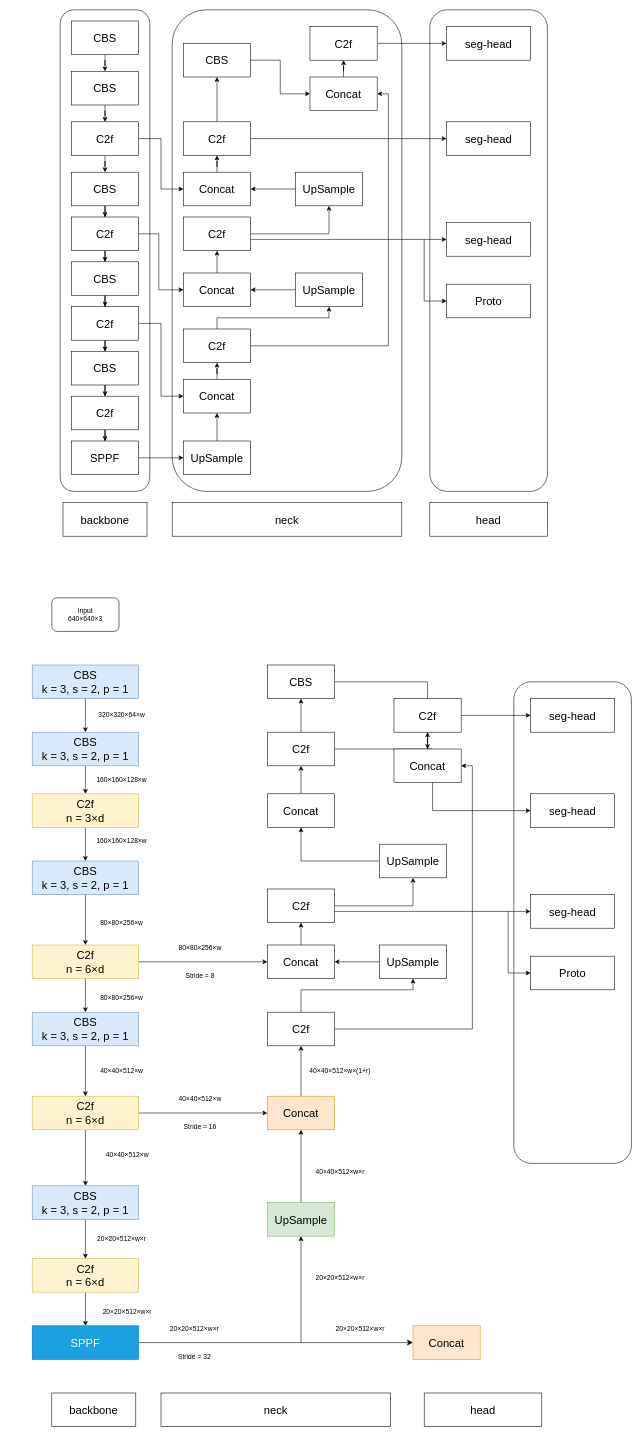
funkallll/deeplearning keeps this draw.io diagram as yolov8.drawio. Above is the earlier version. Source tidied: cells renumbered, new cells numbered last; positions are measured from the earlier drawing's top-left corner, leaving out a move shared by most shapes. Both pictures are drawn from the tidied source at 56%, with x=0, y=0 at pixel (32, 10).
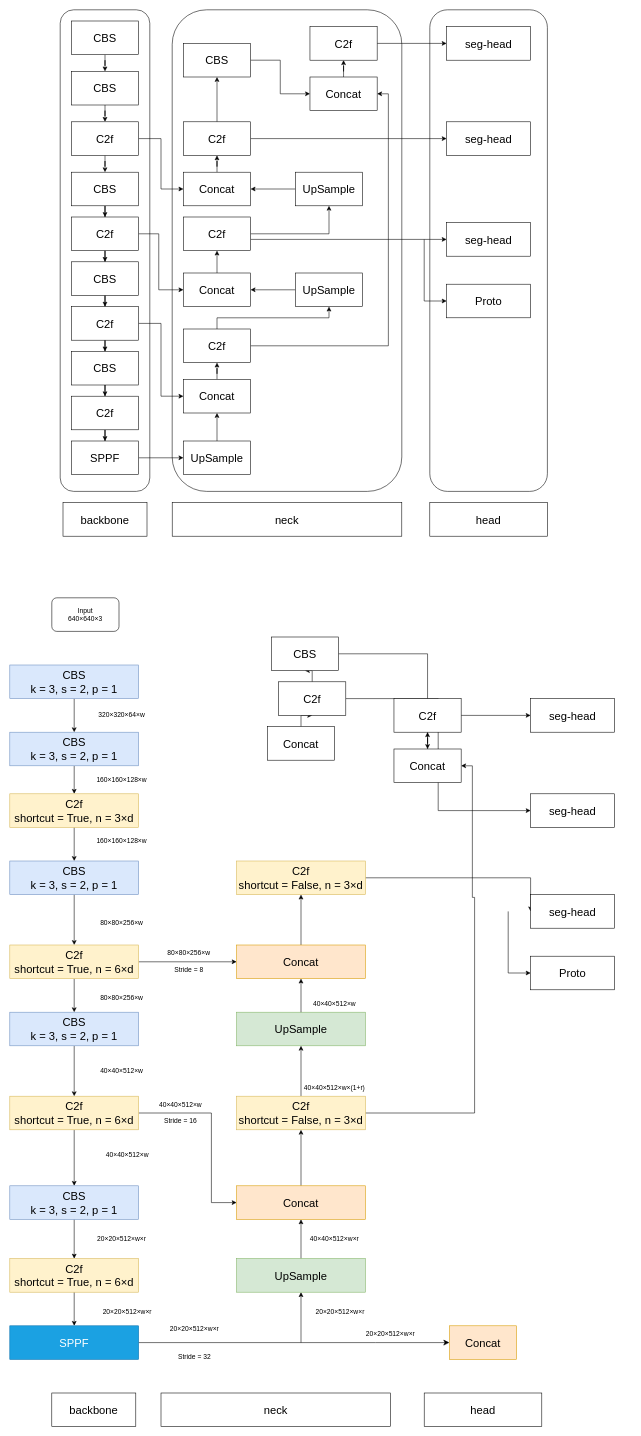
Above is the later version.

The change refers to these unchanged cells:
```xml
<mxCell id="110" value="Concat" style="rounded=0;whiteSpace=wrap;html=1;fontSize=20;fontStyle=0;" parent="1" vertex="1">
  <mxGeometry x="646" y="1320" width="120" height="60" as="geometry" />
</mxCell>
<mxCell id="119" value="seg-head" style="rounded=0;whiteSpace=wrap;html=1;fontSize=20;" parent="1" vertex="1">
  <mxGeometry x="890" y="1580" width="150" height="60" as="geometry" />
</mxCell>
```

What changed in the source:
```diff
@@
     <mxCell id="64" value="CBS&lt;div&gt;k = 3, s = 2, p = 1&lt;/div&gt;" style="rounded=0;whiteSpace=wrap;html=1;fontSize=20;fontStyle=0;fillColor=#dae8fc;strokeColor=#6c8ebf;" parent="1" vertex="1">
-      <mxGeometry y="1170" width="190" height="60" as="geometry" />
+      <mxGeometry x="-40" y="1170" width="230" height="60" as="geometry" />
     </mxCell>
@@
     <mxCell id="66" value="CBS&lt;div&gt;k = 3, s = 2, p = 1&lt;/div&gt;" style="rounded=0;whiteSpace=wrap;html=1;fontSize=20;fontStyle=0;fillColor=#dae8fc;strokeColor=#6c8ebf;" parent="1" vertex="1">
-      <mxGeometry y="1290" width="190" height="60" as="geometry" />
+      <mxGeometry x="-40" y="1290" width="230" height="60" as="geometry" />
     </mxCell>
@@
-    <mxCell id="68" value="C2f&lt;div&gt;n = 3×d&lt;/div&gt;" style="rounded=0;whiteSpace=wrap;html=1;fontSize=20;fontStyle=0;fillColor=#fff2cc;strokeColor=#d6b656;" parent="1" vertex="1">
-      <mxGeometry y="1400" width="190" height="60" as="geometry" />
+    <mxCell id="68" value="C2f&lt;div&gt;shortcut = True, n = 3×d&lt;/div&gt;" style="rounded=0;whiteSpace=wrap;html=1;fontSize=20;fontStyle=0;fillColor=#fff2cc;strokeColor=#d6b656;" parent="1" vertex="1">
+      <mxGeometry x="-40" y="1400" width="230" height="60" as="geometry" />
     </mxCell>
@@
     <mxCell id="70" value="CBS&lt;div&gt;k = 3, s = 2, p = 1&lt;/div&gt;" style="rounded=0;whiteSpace=wrap;html=1;fontSize=20;fontStyle=0;fillColor=#dae8fc;strokeColor=#6c8ebf;" parent="1" vertex="1">
-      <mxGeometry y="1520" width="190" height="60" as="geometry" />
+      <mxGeometry x="-40" y="1520" width="230" height="60" as="geometry" />
     </mxCell>
@@
-    <mxCell id="73" value="C2f&lt;div&gt;n = 6×d&lt;/div&gt;" style="rounded=0;whiteSpace=wrap;html=1;fontSize=20;fontStyle=0;fillColor=#fff2cc;strokeColor=#d6b656;" parent="1" vertex="1">
-      <mxGeometry y="1670" width="190" height="60" as="geometry" />
+    <mxCell id="73" value="C2f&lt;div&gt;shortcut = True, n = 6×d&lt;/div&gt;" style="rounded=0;whiteSpace=wrap;html=1;fontSize=20;fontStyle=0;fillColor=#fff2cc;strokeColor=#d6b656;" parent="1" vertex="1">
+      <mxGeometry x="-40" y="1670" width="230" height="60" as="geometry" />
     </mxCell>
@@
     <mxCell id="75" value="CBS&lt;div&gt;k = 3, s = 2, p = 1&lt;/div&gt;" style="rounded=0;whiteSpace=wrap;html=1;fontSize=20;fontStyle=0;fillColor=#dae8fc;strokeColor=#6c8ebf;" parent="1" vertex="1">
-      <mxGeometry y="1790" width="190" height="60" as="geometry" />
+      <mxGeometry x="-40" y="1790" width="230" height="60" as="geometry" />
     </mxCell>
@@
     <mxCell id="77" style="edgeStyle=orthogonalEdgeStyle;rounded=0;jettySize=auto;html=1;entryX=0;entryY=0.5;entryDx=0;entryDy=0;fontStyle=0;fontSize=20;" parent="1" edge="1" source="78" target="88">
-      <mxGeometry relative="1" as="geometry" />
+      <mxGeometry relative="1" as="geometry">
+        <Array as="points">
+          <mxPoint x="320" y="1970" />
+          <mxPoint x="320" y="2130" />
+        </Array>
+      </mxGeometry>
     </mxCell>
-    <mxCell id="78" value="C2f&lt;div&gt;n = 6×d&lt;/div&gt;" style="rounded=0;whiteSpace=wrap;html=1;fontSize=20;fontStyle=0;fillColor=#fff2cc;strokeColor=#d6b656;" parent="1" vertex="1">
-      <mxGeometry y="1940" width="190" height="60" as="geometry" />
+    <mxCell id="78" value="C2f&lt;br&gt;&lt;div&gt;&lt;span style=&quot;background-color: transparent; color: light-dark(rgb(0, 0, 0), rgb(255, 255, 255));&quot;&gt;shortcut = True,&lt;/span&gt;&lt;span style=&quot;background-color: transparent; color: light-dark(rgb(0, 0, 0), rgb(255, 255, 255));&quot;&gt;&amp;nbsp;&lt;/span&gt;n = 6×d&lt;/div&gt;" style="rounded=0;whiteSpace=wrap;html=1;fontSize=20;fontStyle=0;fillColor=#fff2cc;strokeColor=#d6b656;" parent="1" vertex="1">
+      <mxGeometry x="-40" y="1940" width="230" height="60" as="geometry" />
     </mxCell>
@@
     <mxCell id="80" value="CBS&lt;div&gt;k = 3, s = 2, p = 1&lt;/div&gt;" style="rounded=0;whiteSpace=wrap;html=1;fontSize=20;fontStyle=0;fillColor=#dae8fc;strokeColor=#6c8ebf;" parent="1" vertex="1">
-      <mxGeometry y="2100" width="190" height="60" as="geometry" />
+      <mxGeometry x="-40" y="2100" width="230" height="60" as="geometry" />
     </mxCell>
@@
-    <mxCell id="82" value="C2f&lt;div&gt;n = 6×d&lt;/div&gt;" style="rounded=0;whiteSpace=wrap;html=1;fontSize=20;fontStyle=0;fillColor=#fff2cc;strokeColor=#d6b656;" parent="1" vertex="1">
-      <mxGeometry y="2230" width="190" height="60" as="geometry" />
+    <mxCell id="82" value="C2f&lt;br&gt;&lt;div&gt;&lt;span style=&quot;background-color: transparent; color: light-dark(rgb(0, 0, 0), rgb(255, 255, 255));&quot;&gt;shortcut = True,&lt;/span&gt;&lt;span style=&quot;background-color: transparent; color: light-dark(rgb(0, 0, 0), rgb(255, 255, 255));&quot;&gt;&amp;nbsp;&lt;/span&gt;n = 6×d&lt;/div&gt;" style="rounded=0;whiteSpace=wrap;html=1;fontSize=20;fontStyle=0;fillColor=#fff2cc;strokeColor=#d6b656;" parent="1" vertex="1">
+      <mxGeometry x="-40" y="2230" width="230" height="60" as="geometry" />
     </mxCell>
@@
     <mxCell id="84" value="SPPF" style="rounded=0;whiteSpace=wrap;html=1;fontSize=20;fontStyle=0;fillColor=#1ba1e2;fontColor=#ffffff;strokeColor=#006EAF;" parent="1" vertex="1">
-      <mxGeometry y="2350" width="190" height="60" as="geometry" />
+      <mxGeometry x="-40" y="2350" width="230" height="60" as="geometry" />
     </mxCell>
@@
     <mxCell id="86" value="UpSample" style="whiteSpace=wrap;html=1;fontSize=20;rounded=0;fontStyle=0;fillColor=#d5e8d4;strokeColor=#82b366;" parent="1" vertex="1">
-      <mxGeometry x="420" y="2130" width="120" height="60" as="geometry" />
+      <mxGeometry x="365" y="2230" width="230" height="60" as="geometry" />
     </mxCell>
@@
     <mxCell id="88" value="Concat" style="whiteSpace=wrap;html=1;fontSize=20;rounded=0;fontStyle=0;fillColor=#ffe6cc;strokeColor=#d79b00;" parent="1" vertex="1">
-      <mxGeometry x="420" y="1940" width="120" height="60" as="geometry" />
+      <mxGeometry x="365" y="2100" width="230" height="60" as="geometry" />
     </mxCell>
-    <mxCell id="89" style="edgeStyle=orthogonalEdgeStyle;rounded=0;jettySize=auto;html=1;entryX=1;entryY=0.5;entryDx=0;entryDy=0;fontStyle=0;fontSize=20;" parent="1" edge="1" source="90" target="92">
-      <mxGeometry relative="1" as="geometry">
-        <Array as="points">
-          <mxPoint x="666" y="1700" />
-        </Array>
-      </mxGeometry>
-    </mxCell>
-    <mxCell id="90" value="UpSample" style="whiteSpace=wrap;html=1;fontSize=20;rounded=0;fontStyle=0;" parent="1" vertex="1">
-      <mxGeometry x="620" y="1670" width="120" height="60" as="geometry" />
+    <mxCell id="90" value="UpSample" style="whiteSpace=wrap;html=1;fontSize=20;rounded=0;fontStyle=0;fillColor=#d5e8d4;strokeColor=#82b366;" parent="1" vertex="1">
+      <mxGeometry x="365" y="1790" width="230" height="60" as="geometry" />
     </mxCell>
@@
-    <mxCell id="92" value="Concat" style="rounded=0;whiteSpace=wrap;html=1;fontSize=20;fontStyle=0;" parent="1" vertex="1">
-      <mxGeometry x="420" y="1670" width="120" height="60" as="geometry" />
+    <mxCell id="92" value="Concat" style="rounded=0;whiteSpace=wrap;html=1;fontSize=20;fontStyle=0;fillColor=#ffe6cc;strokeColor=#d79b00;" parent="1" vertex="1">
+      <mxGeometry x="365" y="1670" width="230" height="60" as="geometry" />
     </mxCell>
-    <mxCell id="93" style="edgeStyle=orthogonalEdgeStyle;rounded=0;jettySize=auto;html=1;entryX=0.5;entryY=1;entryDx=0;entryDy=0;fontStyle=0;fontSize=20;" parent="1" edge="1" source="96" target="98">
-      <mxGeometry relative="1" as="geometry" />
-    </mxCell>
-    <mxCell id="94" style="edgeStyle=orthogonalEdgeStyle;rounded=0;jettySize=auto;html=1;entryX=0;entryY=0.5;entryDx=0;entryDy=0;fontSize=20;" parent="1" edge="1" source="96" target="119">
+    <mxCell id="94" style="edgeStyle=orthogonalEdgeStyle;rounded=0;jettySize=auto;html=1;entryX=0;entryY=0.5;entryDx=0;entryDy=0;fontSize=20;exitX=1;exitY=0.5;exitDx=0;exitDy=0;" parent="1" edge="1" source="96" target="119">
       <mxGeometry relative="1" as="geometry">
         <Array as="points">
-          <mxPoint x="860" y="1610" />
-          <mxPoint x="860" y="1610" />
+          <mxPoint x="890" y="1550" />
         </Array>
       </mxGeometry>
     </mxCell>
@@
-    <mxCell id="96" value="C2f" style="rounded=0;whiteSpace=wrap;html=1;fontSize=20;fontStyle=0;" parent="1" vertex="1">
-      <mxGeometry x="420" y="1570" width="120" height="60" as="geometry" />
+    <mxCell id="96" value="C2f&lt;br&gt;&lt;div&gt;&lt;span style=&quot;background-color: transparent; color: light-dark(rgb(0, 0, 0), rgb(255, 255, 255));&quot;&gt;shortcut = False,&lt;/span&gt;&lt;span style=&quot;background-color: transparent; color: light-dark(rgb(0, 0, 0), rgb(255, 255, 255));&quot;&gt;&amp;nbsp;&lt;/span&gt;n = 3×d&lt;/div&gt;" style="rounded=0;whiteSpace=wrap;html=1;fontSize=20;fontStyle=0;fillColor=#fff2cc;strokeColor=#d6b656;" parent="1" vertex="1">
+      <mxGeometry x="365" y="1520" width="230" height="60" as="geometry" />
     </mxCell>
-    <mxCell id="97" style="edgeStyle=orthogonalEdgeStyle;rounded=0;jettySize=auto;html=1;fontStyle=0;fontSize=20;" parent="1" edge="1" source="98" target="103">
-      <mxGeometry relative="1" as="geometry" />
-    </mxCell>
-    <mxCell id="98" value="UpSample" style="rounded=0;whiteSpace=wrap;html=1;fontSize=20;fontStyle=0;" parent="1" vertex="1">
-      <mxGeometry x="620" y="1490" width="120" height="60" as="geometry" />
-    </mxCell>
+    <mxCell id="100" style="edgeStyle=orthogonalEdgeStyle;rounded=0;jettySize=auto;html=1;entryX=1;entryY=0.5;entryDx=0;entryDy=0;fontStyle=0;fontSize=20;exitX=1;exitY=0.5;exitDx=0;exitDy=0;" parent="1" edge="1" source="101" target="110">
+      <mxGeometry relative="1" as="geometry">
+        <Array as="points">
+          <mxPoint x="790" y="1970" />
+          <mxPoint x="790" y="1585" />
+          <mxPoint x="786" y="1585" />
+          <mxPoint x="786" y="1350" />
+        </Array>
+      </mxGeometry>
+    </mxCell>
-    <mxCell id="99" style="edgeStyle=orthogonalEdgeStyle;rounded=0;jettySize=auto;html=1;entryX=0.5;entryY=1;entryDx=0;entryDy=0;exitX=0.5;exitY=0;exitDx=0;exitDy=0;fontStyle=0;fontSize=20;" parent="1" edge="1" source="101" target="90">
-      <mxGeometry relative="1" as="geometry">
-        <Array as="points">
-          <mxPoint x="480" y="1750" />
-          <mxPoint x="680" y="1750" />
-        </Array>
-      </mxGeometry>
+    <mxCell id="99" style="edgeStyle=orthogonalEdgeStyle;rounded=0;jettySize=auto;html=1;exitX=0.5;exitY=0;exitDx=0;exitDy=0;entryX=0.5;entryY=1;entryDx=0;entryDy=0;" parent="1" edge="1" source="101" target="90">
+      <mxGeometry relative="1" as="geometry" />
     </mxCell>
-    <mxCell id="100" style="edgeStyle=orthogonalEdgeStyle;rounded=0;jettySize=auto;html=1;entryX=1;entryY=0.5;entryDx=0;entryDy=0;fontStyle=0;fontSize=20;" parent="1" edge="1" source="101" target="110">
-      <mxGeometry relative="1" as="geometry" />
-    </mxCell>
-    <mxCell id="101" value="C2f" style="whiteSpace=wrap;html=1;fontSize=20;rounded=0;fontStyle=0;" parent="1" vertex="1">
-      <mxGeometry x="420" y="1790" width="120" height="60" as="geometry" />
+    <mxCell id="101" value="C2f&lt;br&gt;&lt;div&gt;&lt;span style=&quot;background-color: transparent; color: light-dark(rgb(0, 0, 0), rgb(255, 255, 255));&quot;&gt;shortcut = False,&lt;/span&gt;&lt;span style=&quot;background-color: transparent; color: light-dark(rgb(0, 0, 0), rgb(255, 255, 255));&quot;&gt;&amp;nbsp;&lt;/span&gt;n = 3×d&lt;/div&gt;" style="whiteSpace=wrap;html=1;fontSize=20;rounded=0;fontStyle=0;fillColor=#fff2cc;strokeColor=#d6b656;" parent="1" vertex="1">
+      <mxGeometry x="365" y="1940" width="230" height="60" as="geometry" />
     </mxCell>
@@
     <mxCell id="103" value="Concat" style="rounded=0;whiteSpace=wrap;html=1;fontSize=20;fontStyle=0;" parent="1" vertex="1">
-      <mxGeometry x="420" y="1400" width="120" height="60" as="geometry" />
+      <mxGeometry x="420" y="1280" width="120" height="60" as="geometry" />
     </mxCell>
@@
     <mxCell id="106" value="C2f" style="rounded=0;whiteSpace=wrap;html=1;fontSize=20;fontStyle=0;" parent="1" vertex="1">
-      <mxGeometry x="420" y="1290" width="120" height="60" as="geometry" />
+      <mxGeometry x="440" y="1200" width="120" height="60" as="geometry" />
     </mxCell>
@@
     <mxCell id="108" value="CBS" style="rounded=0;whiteSpace=wrap;html=1;fontSize=20;fontStyle=0;" parent="1" vertex="1">
-      <mxGeometry x="420" y="1170" width="120" height="60" as="geometry" />
+      <mxGeometry x="427" y="1120" width="120" height="60" as="geometry" />
     </mxCell>
@@
-    <mxCell id="117" style="rounded=1;whiteSpace=wrap;html=1;fillColor=none;" parent="1" vertex="1">
-      <mxGeometry x="860" y="1200" width="210" height="860" as="geometry" />
-    </mxCell>
@@
-    <mxCell id="122" value="320×320×64×w" style="rounded=0;whiteSpace=wrap;html=1;strokeColor=none;" parent="1" vertex="1">
+    <mxCell id="122" value="320×320×64×w" style="rounded=0;whiteSpace=wrap;html=1;strokeColor=none;opacity=0;" parent="1" vertex="1">
       <mxGeometry x="100" y="1245" width="120" height="30" as="geometry" />
     </mxCell>
-    <mxCell id="123" value="160×160×128×w" style="rounded=0;whiteSpace=wrap;html=1;strokeColor=none;" parent="1" vertex="1">
+    <mxCell id="123" value="160×160×128×w" style="rounded=0;whiteSpace=wrap;html=1;strokeColor=none;opacity=0;" parent="1" vertex="1">
       <mxGeometry x="100" y="1360" width="120" height="30" as="geometry" />
     </mxCell>
-    <mxCell id="124" value="160×160×128×w" style="rounded=0;whiteSpace=wrap;html=1;strokeColor=none;" parent="1" vertex="1">
+    <mxCell id="124" value="160×160×128×w" style="rounded=0;whiteSpace=wrap;html=1;strokeColor=none;opacity=0;" parent="1" vertex="1">
       <mxGeometry x="100" y="1470" width="120" height="30" as="geometry" />
     </mxCell>
-    <mxCell id="125" value="80×80×256×w" style="rounded=0;whiteSpace=wrap;html=1;strokeColor=none;" parent="1" vertex="1">
+    <mxCell id="125" value="80×80×256×w" style="rounded=0;whiteSpace=wrap;html=1;strokeColor=none;opacity=0;" parent="1" vertex="1">
       <mxGeometry x="100" y="1615" width="120" height="30" as="geometry" />
     </mxCell>
-    <mxCell id="126" value="80×80×256×w" style="rounded=0;whiteSpace=wrap;html=1;strokeColor=none;" parent="1" vertex="1">
+    <mxCell id="126" value="80×80×256×w" style="rounded=0;whiteSpace=wrap;html=1;strokeColor=none;opacity=0;" parent="1" vertex="1">
       <mxGeometry x="100" y="1750" width="120" height="30" as="geometry" />
     </mxCell>
-    <mxCell id="127" value="40×40×512×w" style="rounded=0;whiteSpace=wrap;html=1;strokeColor=none;" parent="1" vertex="1">
+    <mxCell id="127" value="40×40×512×w" style="rounded=0;whiteSpace=wrap;html=1;strokeColor=none;opacity=0;" parent="1" vertex="1">
       <mxGeometry x="100" y="1880" width="120" height="30" as="geometry" />
     </mxCell>
-    <mxCell id="128" value="40×40×512×w" style="rounded=0;whiteSpace=wrap;html=1;strokeColor=none;" parent="1" vertex="1">
+    <mxCell id="128" value="40×40×512×w" style="rounded=0;whiteSpace=wrap;html=1;strokeColor=none;opacity=0;" parent="1" vertex="1">
       <mxGeometry x="110" y="2030" width="120" height="30" as="geometry" />
     </mxCell>
-    <mxCell id="129" value="20×20×512×w×r" style="rounded=0;whiteSpace=wrap;html=1;strokeColor=none;" parent="1" vertex="1">
+    <mxCell id="129" value="20×20×512×w×r" style="rounded=0;whiteSpace=wrap;html=1;strokeColor=none;opacity=0;" parent="1" vertex="1">
       <mxGeometry x="100" y="2180" width="120" height="30" as="geometry" />
     </mxCell>
-    <mxCell id="130" value="20×20×512×w×r" style="rounded=0;whiteSpace=wrap;html=1;strokeColor=none;" parent="1" vertex="1">
+    <mxCell id="130" value="20×20×512×w×r" style="rounded=0;whiteSpace=wrap;html=1;strokeColor=none;opacity=0;" parent="1" vertex="1">
       <mxGeometry x="110" y="2310" width="120" height="30" as="geometry" />
     </mxCell>
-    <mxCell id="131" value="20×20×512×w×r" style="rounded=0;whiteSpace=wrap;html=1;strokeColor=none;" parent="1" vertex="1">
+    <mxCell id="131" value="20×20×512×w×r" style="rounded=0;whiteSpace=wrap;html=1;strokeColor=none;opacity=0;" parent="1" vertex="1">
       <mxGeometry x="230" y="2340" width="120" height="30" as="geometry" />
     </mxCell>
-    <mxCell id="132" value="Stride = 32" style="rounded=0;whiteSpace=wrap;html=1;strokeColor=none;" parent="1" vertex="1">
+    <mxCell id="132" value="Stride = 32" style="rounded=0;whiteSpace=wrap;html=1;strokeColor=none;opacity=0;" parent="1" vertex="1">
       <mxGeometry x="230" y="2390" width="120" height="30" as="geometry" />
     </mxCell>
-    <mxCell id="133" value="40×40×512×w" style="rounded=0;whiteSpace=wrap;html=1;strokeColor=none;" parent="1" vertex="1">
-      <mxGeometry x="240" y="1930" width="120" height="30" as="geometry" />
+    <mxCell id="133" value="40×40×512×w" style="rounded=0;whiteSpace=wrap;html=1;strokeColor=none;opacity=0;" parent="1" vertex="1">
+      <mxGeometry x="205" y="1940" width="120" height="30" as="geometry" />
     </mxCell>
-    <mxCell id="134" value="Stride = 16" style="rounded=0;whiteSpace=wrap;html=1;strokeColor=none;" parent="1" vertex="1">
-      <mxGeometry x="240" y="1980" width="120" height="30" as="geometry" />
+    <mxCell id="134" value="Stride = 16" style="rounded=0;whiteSpace=wrap;html=1;strokeColor=none;opacity=0;" parent="1" vertex="1">
+      <mxGeometry x="205" y="1970" width="120" height="30" as="geometry" />
     </mxCell>
-    <mxCell id="135" value="80×80×256×w" style="rounded=0;whiteSpace=wrap;html=1;strokeColor=none;" parent="1" vertex="1">
-      <mxGeometry x="240" y="1660" width="120" height="30" as="geometry" />
+    <mxCell id="135" value="80×80×256×w" style="rounded=0;whiteSpace=wrap;html=1;strokeColor=none;opacity=0;" parent="1" vertex="1">
+      <mxGeometry x="220" y="1670" width="120" height="30" as="geometry" />
     </mxCell>
-    <mxCell id="136" value="Stride = 8" style="rounded=0;whiteSpace=wrap;html=1;strokeColor=none;" parent="1" vertex="1">
-      <mxGeometry x="240" y="1710" width="120" height="30" as="geometry" />
+    <mxCell id="136" value="Stride = 8" style="rounded=0;whiteSpace=wrap;html=1;strokeColor=none;opacity=0;" parent="1" vertex="1">
+      <mxGeometry x="220" y="1700" width="120" height="30" as="geometry" />
     </mxCell>
@@
     <mxCell id="138" value="Concat" style="whiteSpace=wrap;html=1;fontSize=20;rounded=0;fontStyle=0;fillColor=#ffe6cc;strokeColor=#d79b00;" parent="1" vertex="1">
-      <mxGeometry x="680" y="2350" width="120" height="60" as="geometry" />
+      <mxGeometry x="745" y="2350" width="120" height="60" as="geometry" />
     </mxCell>
-    <mxCell id="139" value="20×20×512×w×r" style="rounded=0;whiteSpace=wrap;html=1;strokeColor=none;" parent="1" vertex="1">
-      <mxGeometry x="490" y="2250" width="120" height="30" as="geometry" />
+    <mxCell id="139" value="20×20×512×w×r" style="rounded=0;whiteSpace=wrap;html=1;strokeColor=none;opacity=0;" parent="1" vertex="1">
+      <mxGeometry x="490" y="2310" width="120" height="30" as="geometry" />
     </mxCell>
-    <mxCell id="140" value="20×20×512×w×r" style="rounded=0;whiteSpace=wrap;html=1;strokeColor=none;" parent="1" vertex="1">
-      <mxGeometry x="526" y="2340" width="120" height="30" as="geometry" />
+    <mxCell id="140" value="20×20×512×w×r" style="rounded=0;whiteSpace=wrap;html=1;strokeColor=none;opacity=0;" parent="1" vertex="1">
+      <mxGeometry x="580" y="2350" width="120" height="30" as="geometry" />
     </mxCell>
-    <mxCell id="141" value="40×40×512×w×r" style="rounded=0;whiteSpace=wrap;html=1;strokeColor=none;" parent="1" vertex="1">
-      <mxGeometry x="490" y="2060" width="120" height="30" as="geometry" />
+    <mxCell id="141" value="40×40×512×w×r" style="rounded=0;whiteSpace=wrap;html=1;strokeColor=none;opacity=0;" parent="1" vertex="1">
+      <mxGeometry x="480" y="2180" width="120" height="30" as="geometry" />
     </mxCell>
-    <mxCell id="142" value="40×40×512×w×(1+r)" style="rounded=0;whiteSpace=wrap;html=1;strokeColor=none;" parent="1" vertex="1">
-      <mxGeometry x="490" y="1880" width="120" height="30" as="geometry" />
+    <mxCell id="142" value="40×40×512×w×(1+r)" style="rounded=0;whiteSpace=wrap;html=1;strokeColor=none;opacity=0;" parent="1" vertex="1">
+      <mxGeometry x="480" y="1910" width="120" height="30" as="geometry" />
     </mxCell>
+    <mxCell id="143" value="40×40×512×w" style="rounded=0;whiteSpace=wrap;html=1;strokeColor=none;opacity=0;" parent="1" vertex="1">
+      <mxGeometry x="480" y="1760" width="120" height="30" as="geometry" />
+    </mxCell>
+    <mxCell id="89" style="edgeStyle=orthogonalEdgeStyle;rounded=0;jettySize=auto;html=1;exitX=0.5;exitY=0;exitDx=0;exitDy=0;entryX=0.5;entryY=1;entryDx=0;entryDy=0;" parent="1" edge="1" source="90" target="92">
+      <mxGeometry relative="1" as="geometry" />
+    </mxCell>
```
